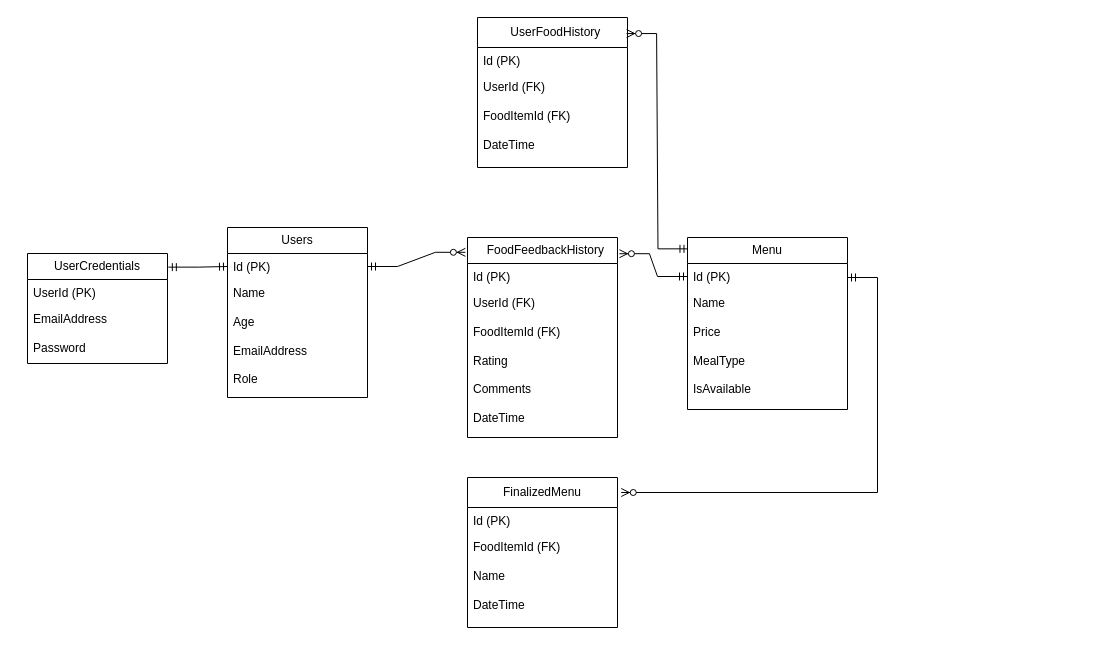
Before: UML Diagrams/ER Diagram.drawio in lalitkumardhanjani/Learn-and-Code-Final-Project, a draw.io diagram. Source tidied: cells renumbered, new cells numbered last; positions are measured from the earlier drawing's top-left corner, leaving out a move shared by most shapes. Both pictures are drawn from the tidied source at 100%, with x=0, y=0 at pixel (27, 17).
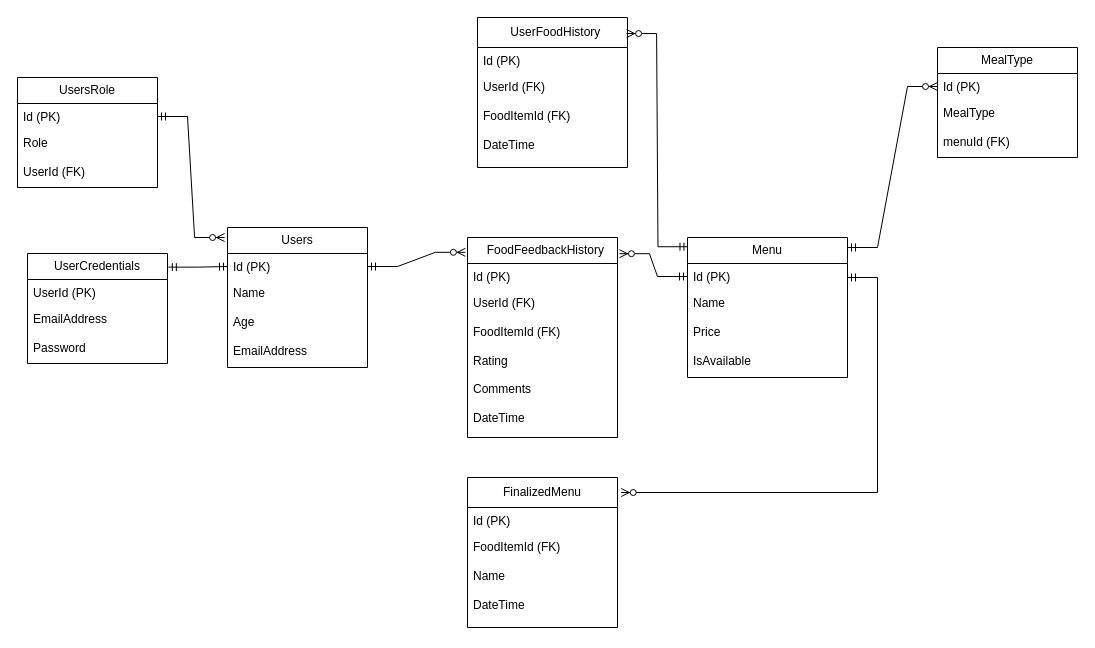
The same diagram, later.

Commit message (it also covers changes not shown here):
update in er and class diagram

What changed in the source:
```diff
@@
     <mxCell id="2" value="Users" style="swimlane;fontStyle=0;horizontal=1;startSize=26;fillColor=none;whiteSpace=wrap;html=1;" parent="1" vertex="1">
-      <mxGeometry x="200" y="210" width="140" height="170" as="geometry" />
+      <mxGeometry x="200" y="210" width="140" height="140" as="geometry" />
     </mxCell>
@@
-    <mxCell id="4" value="&lt;div&gt;&lt;span style=&quot;background-color: initial;&quot;&gt;Name&lt;/span&gt;&lt;br&gt;&lt;/div&gt;&lt;div&gt;&lt;span style=&quot;background-color: initial;&quot;&gt;&lt;br&gt;&lt;/span&gt;&lt;/div&gt;&lt;div&gt;Age&lt;/div&gt;&lt;div&gt;&lt;br&gt;&lt;/div&gt;&lt;div&gt;EmailAddress&lt;/div&gt;&lt;div&gt;&lt;br&gt;&lt;/div&gt;&lt;div&gt;Role&amp;nbsp;&lt;/div&gt;&lt;div&gt;&lt;br&gt;&lt;div&gt;&lt;br&gt;&lt;/div&gt;&lt;/div&gt;&lt;div&gt;&lt;br&gt;&lt;/div&gt;" style="text;strokeColor=none;fillColor=none;align=left;verticalAlign=top;spacingLeft=4;spacingRight=4;overflow=hidden;whiteSpace=wrap;html=1;" parent="2" vertex="1">
-      <mxGeometry y="52" width="140" height="118" as="geometry" />
+    <mxCell id="4" value="&lt;div&gt;&lt;span style=&quot;background-color: initial;&quot;&gt;Name&lt;/span&gt;&lt;br&gt;&lt;/div&gt;&lt;div&gt;&lt;span style=&quot;background-color: initial;&quot;&gt;&lt;br&gt;&lt;/span&gt;&lt;/div&gt;&lt;div&gt;Age&lt;/div&gt;&lt;div&gt;&lt;br&gt;&lt;/div&gt;&lt;div&gt;EmailAddress&lt;/div&gt;&lt;div&gt;&lt;br&gt;&lt;/div&gt;" style="text;strokeColor=none;fillColor=none;align=left;verticalAlign=top;spacingLeft=4;spacingRight=4;overflow=hidden;whiteSpace=wrap;html=1;" parent="2" vertex="1">
+      <mxGeometry y="52" width="140" height="88" as="geometry" />
     </mxCell>
@@
     <mxCell id="11" value="Menu" style="swimlane;fontStyle=0;horizontal=1;startSize=26;fillColor=none;whiteSpace=wrap;html=1;" parent="1" vertex="1">
-      <mxGeometry x="660" y="220" width="160" height="172" as="geometry" />
+      <mxGeometry x="660" y="220" width="160" height="140" as="geometry" />
     </mxCell>
@@
-    <mxCell id="13" value="&lt;div&gt;&lt;span style=&quot;background-color: initial;&quot;&gt;Name&lt;/span&gt;&lt;br&gt;&lt;/div&gt;&lt;div&gt;&lt;br&gt;&lt;/div&gt;&lt;div&gt;Price&lt;br&gt;&lt;br&gt;MealType&lt;/div&gt;&lt;div&gt;&lt;br&gt;&lt;/div&gt;&lt;div&gt;&lt;div&gt;&lt;span style=&quot;background-color: initial;&quot;&gt;IsAvailable&lt;/span&gt;&lt;br&gt;&lt;/div&gt;&lt;div&gt;&lt;br&gt;&lt;/div&gt;&lt;/div&gt;" style="text;strokeColor=none;fillColor=none;align=left;verticalAlign=top;spacingLeft=4;spacingRight=4;overflow=hidden;whiteSpace=wrap;html=1;" parent="11" vertex="1">
-      <mxGeometry y="52" width="160" height="120" as="geometry" />
+    <mxCell id="13" value="&lt;div&gt;&lt;span style=&quot;background-color: initial;&quot;&gt;Name&lt;/span&gt;&lt;br&gt;&lt;/div&gt;&lt;div&gt;&lt;br&gt;&lt;/div&gt;&lt;div&gt;Price&lt;br&gt;&lt;br&gt;&lt;/div&gt;&lt;div&gt;&lt;div&gt;&lt;span style=&quot;background-color: initial;&quot;&gt;IsAvailable&lt;/span&gt;&lt;br&gt;&lt;/div&gt;&lt;div&gt;&lt;br&gt;&lt;/div&gt;&lt;/div&gt;" style="text;strokeColor=none;fillColor=none;align=left;verticalAlign=top;spacingLeft=4;spacingRight=4;overflow=hidden;whiteSpace=wrap;html=1;" parent="11" vertex="1">
+      <mxGeometry y="52" width="160" height="88" as="geometry" />
     </mxCell>
@@
+    <mxCell id="25" value="UsersRole" style="swimlane;fontStyle=0;horizontal=1;startSize=26;fillColor=none;whiteSpace=wrap;html=1;" parent="1" vertex="1">
+      <mxGeometry x="-10" y="60" width="140" height="110" as="geometry" />
+    </mxCell>
+    <mxCell id="26" value="Id (PK)" style="text;strokeColor=none;fillColor=none;align=left;verticalAlign=top;spacingLeft=4;spacingRight=4;overflow=hidden;points=[[0,0.5],[1,0.5]];portConstraint=eastwest;whiteSpace=wrap;html=1;" parent="25" vertex="1">
+      <mxGeometry y="26" width="140" height="26" as="geometry" />
+    </mxCell>
+    <mxCell id="27" value="&lt;div&gt;&lt;span style=&quot;background-color: initial;&quot;&gt;Role&amp;nbsp;&lt;/span&gt;&lt;br&gt;&lt;/div&gt;&lt;div&gt;&lt;br&gt;&lt;div&gt;UserId (FK)&lt;/div&gt;&lt;/div&gt;&lt;div&gt;&lt;br&gt;&lt;/div&gt;" style="text;strokeColor=none;fillColor=none;align=left;verticalAlign=top;spacingLeft=4;spacingRight=4;overflow=hidden;whiteSpace=wrap;html=1;" parent="25" vertex="1">
+      <mxGeometry y="52" width="140" height="58" as="geometry" />
+    </mxCell>
+    <mxCell id="28" style="edgeStyle=entityRelationEdgeStyle;fontSize=12;html=1;endArrow=ERzeroToMany;startArrow=ERmandOne;rounded=0;entryX=-0.021;entryY=0.071;entryDx=0;entryDy=0;entryPerimeter=0;exitX=1;exitY=0.5;exitDx=0;exitDy=0;" parent="1" edge="1" source="26">
+      <mxGeometry relative="1" as="geometry">
+        <mxPoint x="197.1" y="220" as="targetPoint" />
+      </mxGeometry>
+    </mxCell>
+    <mxCell id="29" value="MealType" style="swimlane;fontStyle=0;horizontal=1;startSize=26;fillColor=none;whiteSpace=wrap;html=1;" parent="1" vertex="1">
+      <mxGeometry x="910" y="30" width="140" height="110" as="geometry" />
+    </mxCell>
+    <mxCell id="30" value="Id (PK)" style="text;strokeColor=none;fillColor=none;align=left;verticalAlign=top;spacingLeft=4;spacingRight=4;overflow=hidden;points=[[0,0.5],[1,0.5]];portConstraint=eastwest;whiteSpace=wrap;html=1;" parent="29" vertex="1">
+      <mxGeometry y="26" width="140" height="26" as="geometry" />
+    </mxCell>
+    <mxCell id="31" value="&lt;div&gt;&lt;span style=&quot;background-color: initial;&quot;&gt;MealType&amp;nbsp;&lt;/span&gt;&lt;br&gt;&lt;/div&gt;&lt;div&gt;&lt;br&gt;&lt;div&gt;menuId (FK)&lt;/div&gt;&lt;/div&gt;&lt;div&gt;&lt;br&gt;&lt;/div&gt;" style="text;strokeColor=none;fillColor=none;align=left;verticalAlign=top;spacingLeft=4;spacingRight=4;overflow=hidden;whiteSpace=wrap;html=1;" parent="29" vertex="1">
+      <mxGeometry y="52" width="140" height="58" as="geometry" />
+    </mxCell>
+    <mxCell id="32" style="edgeStyle=entityRelationEdgeStyle;fontSize=12;html=1;endArrow=ERzeroToMany;startArrow=ERmandOne;rounded=0;entryX=0;entryY=0.5;entryDx=0;entryDy=0;" parent="1" edge="1" target="30">
+      <mxGeometry relative="1" as="geometry">
+        <mxPoint x="820" y="230" as="sourcePoint" />
+      </mxGeometry>
+    </mxCell>
```
